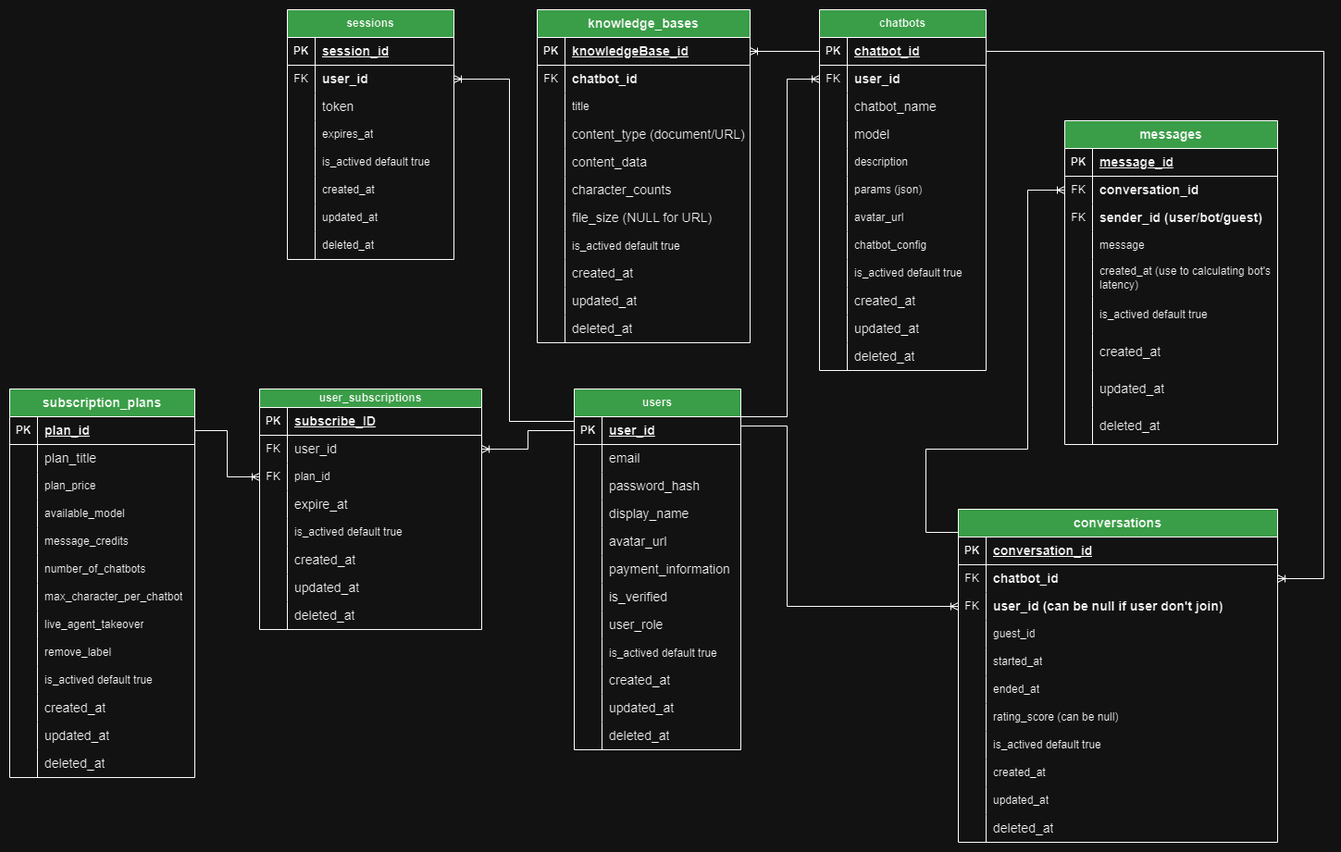
Before: docs/database_diagrams/v5_Ally_database_diagram.png, a diagram exported from draw.io (DNAnh01/learn-fast-api). Source tidied: cells renumbered, new cells last; positions are measured from the earlier drawing's top-left corner, leaving out a move shared by most shapes.
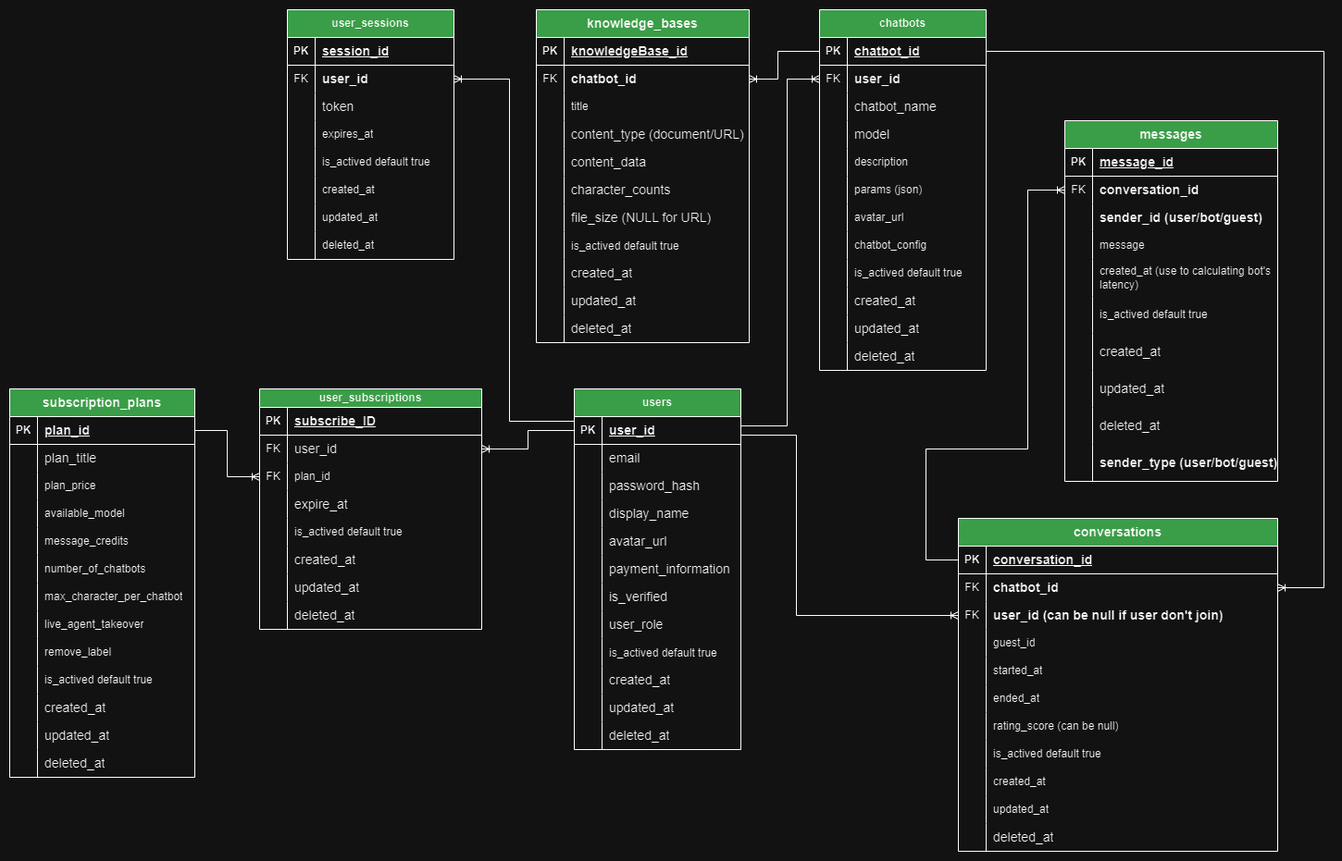
After the change.

Change to the diagram source:
```diff
@@ -113,7 +113,7 @@
     <mxCell id="38" value="&lt;div style=&quot;font-size: 14px; line-height: 19px; white-space: pre;&quot;&gt;deleted_at&lt;br&gt;&lt;/div&gt;" style="shape=partialRectangle;fillColor=none;top=0;left=0;bottom=0;right=0;align=left;spacingLeft=6;overflow=hidden;whiteSpace=wrap;html=1;fontColor=default;labelBackgroundColor=none;fontFamily=Helvetica;fontStyle=0;" parent="36" vertex="1">
       <mxGeometry x="30" width="150" height="30" as="geometry" />
     </mxCell>
-    <mxCell id="39" value="sessions" style="shape=table;startSize=30;rowLines=0;fontStyle=1;align=center;html=1;fillColor=#369943;fontColor=default;whiteSpace=wrap;labelBackgroundColor=none;fontFamily=Helvetica;" parent="1" vertex="1">
+    <mxCell id="39" value="user_sessions" style="shape=table;startSize=30;rowLines=0;fontStyle=1;align=center;html=1;fillColor=#369943;fontColor=default;whiteSpace=wrap;labelBackgroundColor=none;fontFamily=Helvetica;" parent="1" vertex="1">
       <mxGeometry x="300" width="180" height="270" as="geometry" />
     </mxCell>
     <mxCell id="40" style="shape=tableRow;horizontal=0;startSize=0;swimlaneHead=0;swimlaneBody=0;fillColor=none;top=0;left=0;right=0;bottom=1;fontColor=default;align=center;whiteSpace=wrap;html=1;labelBackgroundColor=none;fontFamily=Helvetica;" parent="39" vertex="1">
@@ -300,7 +300,7 @@
       <mxGeometry x="30" width="150" height="30" as="geometry" />
     </mxCell>
     <mxCell id="101" value="&lt;div style=&quot;font-weight: normal; font-size: 14px; line-height: 19px; white-space-collapse: preserve;&quot;&gt;&lt;span style=&quot;font-weight: bold;&quot;&gt;conversations&lt;/span&gt;&lt;/div&gt;" style="shape=table;startSize=30;rowLines=0;fontStyle=1;align=center;html=1;fillColor=#369943;fontColor=default;whiteSpace=wrap;labelBackgroundColor=none;fontFamily=Helvetica;" parent="1" vertex="1">
-      <mxGeometry x="1025" y="540" width="345" height="360" as="geometry" />
+      <mxGeometry x="1025" y="550" width="345" height="360" as="geometry" />
     </mxCell>
     <mxCell id="102" style="shape=tableRow;horizontal=0;startSize=0;swimlaneHead=0;swimlaneBody=0;fillColor=none;points=[[0,0.5],[1,0.5]];portConstraint=eastwest;top=0;left=0;right=0;bottom=1;fontColor=default;align=center;whiteSpace=wrap;html=1;labelBackgroundColor=none;fontFamily=Helvetica;" parent="101" vertex="1">
       <mxGeometry y="30" width="345" height="30" as="geometry" />
@@ -402,7 +402,7 @@
       <mxGeometry x="30" width="315" height="30" as="geometry" />
     </mxCell>
     <mxCell id="135" value="&lt;div style=&quot;font-weight: normal; font-size: 14px; line-height: 19px; white-space-collapse: preserve;&quot;&gt;&lt;span style=&quot;font-weight: bold;&quot;&gt;messages&lt;/span&gt;&lt;/div&gt;" style="shape=table;startSize=30;rowLines=0;fontStyle=1;align=center;html=1;fillColor=#369943;fontColor=default;whiteSpace=wrap;labelBackgroundColor=none;fontFamily=Helvetica;" parent="1" vertex="1">
-      <mxGeometry x="1140" y="120" width="230" height="350" as="geometry" />
+      <mxGeometry x="1140" y="120" width="230" height="390" as="geometry" />
     </mxCell>
     <mxCell id="136" style="shape=tableRow;horizontal=0;startSize=0;swimlaneHead=0;swimlaneBody=0;fillColor=none;top=0;left=0;right=0;bottom=1;fontColor=default;align=center;whiteSpace=wrap;html=1;labelBackgroundColor=none;fontFamily=Helvetica;" parent="135" vertex="1">
       <mxGeometry y="30" width="230" height="30" as="geometry" />
@@ -425,7 +425,7 @@
     <mxCell id="142" style="shape=tableRow;horizontal=0;startSize=0;swimlaneHead=0;swimlaneBody=0;fillColor=none;top=0;left=0;right=0;bottom=0;fontColor=default;align=center;whiteSpace=wrap;html=1;labelBackgroundColor=none;fontFamily=Helvetica;" parent="135" vertex="1">
       <mxGeometry y="90" width="230" height="30" as="geometry" />
     </mxCell>
-    <mxCell id="143" value="FK" style="shape=partialRectangle;fillColor=none;top=0;left=0;bottom=0;right=0;overflow=hidden;whiteSpace=wrap;html=1;fontColor=default;align=center;labelBackgroundColor=none;fontFamily=Helvetica;" parent="142" vertex="1">
+    <mxCell id="143" style="shape=partialRectangle;fillColor=none;top=0;left=0;bottom=0;right=0;overflow=hidden;whiteSpace=wrap;html=1;fontColor=default;align=center;labelBackgroundColor=none;fontFamily=Helvetica;" parent="142" vertex="1">
       <mxGeometry width="30" height="30" as="geometry" />
     </mxCell>
     <mxCell id="144" value="&lt;div style=&quot;font-size: 14px; line-height: 19px; white-space: pre;&quot;&gt;&lt;span style=&quot;font-weight: bold;&quot;&gt;sender_id (user/bot/guest)&lt;/span&gt;&lt;/div&gt;" style="shape=partialRectangle;fillColor=none;top=0;left=0;bottom=0;right=0;align=left;spacingLeft=6;overflow=hidden;whiteSpace=wrap;html=1;fontColor=default;labelBackgroundColor=none;fontFamily=Helvetica;" parent="142" vertex="1">
@@ -485,8 +485,17 @@
     <mxCell id="162" value="&lt;span style=&quot;font-size: 14px; white-space: pre;&quot;&gt;deleted_at&lt;/span&gt;" style="shape=partialRectangle;fillColor=none;top=0;left=0;bottom=0;right=0;align=left;spacingLeft=6;overflow=hidden;whiteSpace=wrap;html=1;fontColor=default;labelBackgroundColor=none;fontFamily=Helvetica;" parent="160" vertex="1">
       <mxGeometry x="30" width="200" height="40" as="geometry" />
     </mxCell>
+    <mxCell id="270" style="shape=tableRow;horizontal=0;startSize=0;swimlaneHead=0;swimlaneBody=0;fillColor=none;top=0;left=0;right=0;bottom=0;fontColor=default;align=center;whiteSpace=wrap;html=1;labelBackgroundColor=none;fontFamily=Helvetica;" parent="135" vertex="1">
+      <mxGeometry y="350" width="230" height="40" as="geometry" />
+    </mxCell>
+    <mxCell id="271" style="shape=partialRectangle;fillColor=none;top=0;left=0;bottom=0;right=0;overflow=hidden;whiteSpace=wrap;html=1;fontColor=default;align=center;labelBackgroundColor=none;fontFamily=Helvetica;" parent="270" vertex="1">
+      <mxGeometry width="30" height="40" as="geometry" />
+    </mxCell>
+    <mxCell id="272" value="&lt;div style=&quot;font-size: 14px; line-height: 19px; white-space: pre;&quot;&gt;&lt;span style=&quot;font-weight: bold;&quot;&gt;sender_type (user/bot/guest)&lt;/span&gt;&lt;/div&gt;" style="shape=partialRectangle;fillColor=none;top=0;left=0;bottom=0;right=0;align=left;spacingLeft=6;overflow=hidden;whiteSpace=wrap;html=1;fontColor=default;labelBackgroundColor=none;fontFamily=Helvetica;" parent="270" vertex="1">
+      <mxGeometry x="30" width="200" height="40" as="geometry" />
+    </mxCell>
     <mxCell id="163" value="&lt;div style=&quot;font-size: 14px; line-height: 19px; white-space-collapse: preserve;&quot;&gt;&lt;div style=&quot;line-height: 19px;&quot;&gt;&lt;div style=&quot;line-height: 19px;&quot;&gt;&lt;div style=&quot;line-height: 19px;&quot;&gt;knowledge_bases&lt;/div&gt;&lt;/div&gt;&lt;/div&gt;&lt;/div&gt;" style="shape=table;startSize=30;rowLines=0;fontStyle=1;align=center;html=1;fillColor=#369943;fontColor=default;whiteSpace=wrap;labelBackgroundColor=none;fontFamily=Helvetica;" parent="1" vertex="1">
-      <mxGeometry x="570" width="230" height="360" as="geometry" />
+      <mxGeometry x="569" width="230" height="360" as="geometry" />
     </mxCell>
     <mxCell id="164" style="shape=tableRow;horizontal=0;startSize=0;swimlaneHead=0;swimlaneBody=0;fillColor=none;points=[[0,0.5],[1,0.5]];portConstraint=eastwest;top=0;left=0;right=0;bottom=1;fontColor=default;align=center;whiteSpace=wrap;html=1;labelBackgroundColor=none;fontFamily=Helvetica;" parent="163" vertex="1">
       <mxGeometry y="30" width="230" height="30" as="geometry" />
@@ -598,8 +607,8 @@
     <mxCell id="198" style="edgeStyle=orthogonalEdgeStyle;fontSize=12;html=1;endArrow=ERoneToMany;rounded=0;entryX=0;entryY=0.5;entryDx=0;entryDy=0;exitX=1;exitY=0.5;exitDx=0;exitDy=0;" parent="1" edge="1" source="3" target="68">
       <mxGeometry relative="1" as="geometry">
         <Array as="points">
-          <mxPoint x="790" y="440" />
-          <mxPoint x="840" y="440" />
+          <mxPoint x="790" y="450" />
+          <mxPoint x="840" y="450" />
           <mxPoint x="840" y="75" />
         </Array>
       </mxGeometry>
@@ -607,19 +616,19 @@
     <mxCell id="199" style="edgeStyle=orthogonalEdgeStyle;fontSize=12;html=1;endArrow=ERoneToMany;rounded=0;exitX=0;exitY=0.5;exitDx=0;exitDy=0;entryX=0;entryY=0.5;entryDx=0;entryDy=0;" parent="1" edge="1" source="102" target="139">
       <mxGeometry relative="1" as="geometry">
         <Array as="points">
-          <mxPoint x="990" y="565" />
+          <mxPoint x="990" y="595" />
           <mxPoint x="990" y="475" />
           <mxPoint x="1100" y="475" />
           <mxPoint x="1100" y="195" />
         </Array>
       </mxGeometry>
     </mxCell>
-    <mxCell id="200" style="edgeStyle=orthogonalEdgeStyle;fontSize=12;html=1;endArrow=ERoneToMany;rounded=0;entryX=0;entryY=0.5;entryDx=0;entryDy=0;exitX=1;exitY=0.5;exitDx=0;exitDy=0;" parent="1" edge="1" source="3" target="108">
+    <mxCell id="200" style="edgeStyle=orthogonalEdgeStyle;fontSize=12;html=1;endArrow=ERoneToMany;rounded=0;entryX=0;entryY=0.5;entryDx=0;entryDy=0;" parent="1" edge="1" target="108">
       <mxGeometry relative="1" as="geometry">
+        <mxPoint x="790" y="460" as="sourcePoint" />
         <Array as="points">
-          <mxPoint x="790" y="450" />
-          <mxPoint x="840" y="450" />
-          <mxPoint x="840" y="645" />
+          <mxPoint x="850" y="460" />
+          <mxPoint x="850" y="655" />
         </Array>
       </mxGeometry>
     </mxCell>
@@ -627,12 +636,17 @@
       <mxGeometry relative="1" as="geometry">
         <Array as="points">
           <mxPoint x="1420" y="45" />
-          <mxPoint x="1420" y="615" />
+          <mxPoint x="1420" y="625" />
         </Array>
       </mxGeometry>
     </mxCell>
-    <mxCell id="202" style="edgeStyle=orthogonalEdgeStyle;fontSize=12;html=1;endArrow=ERoneToMany;rounded=0;exitX=0;exitY=0.5;exitDx=0;exitDy=0;entryX=1;entryY=0.5;entryDx=0;entryDy=0;" parent="1" edge="1" source="65" target="164">
-      <mxGeometry relative="1" as="geometry" />
+    <mxCell id="202" style="edgeStyle=orthogonalEdgeStyle;fontSize=12;html=1;endArrow=ERoneToMany;rounded=0;exitX=0;exitY=0.5;exitDx=0;exitDy=0;entryX=1;entryY=0.5;entryDx=0;entryDy=0;" parent="1" edge="1" source="65" target="167">
+      <mxGeometry relative="1" as="geometry">
+        <Array as="points">
+          <mxPoint x="830" y="45" />
+          <mxPoint x="830" y="75" />
+        </Array>
+      </mxGeometry>
     </mxCell>
     <mxCell id="203" value="user_subscriptions" style="shape=table;startSize=20;rowLines=0;fontStyle=1;align=center;html=1;fillColor=#369943;fontColor=default;whiteSpace=wrap;labelBackgroundColor=none;fontFamily=Helvetica;" parent="1" vertex="1">
       <mxGeometry x="270" y="410" width="240" height="260" as="geometry" />
```
